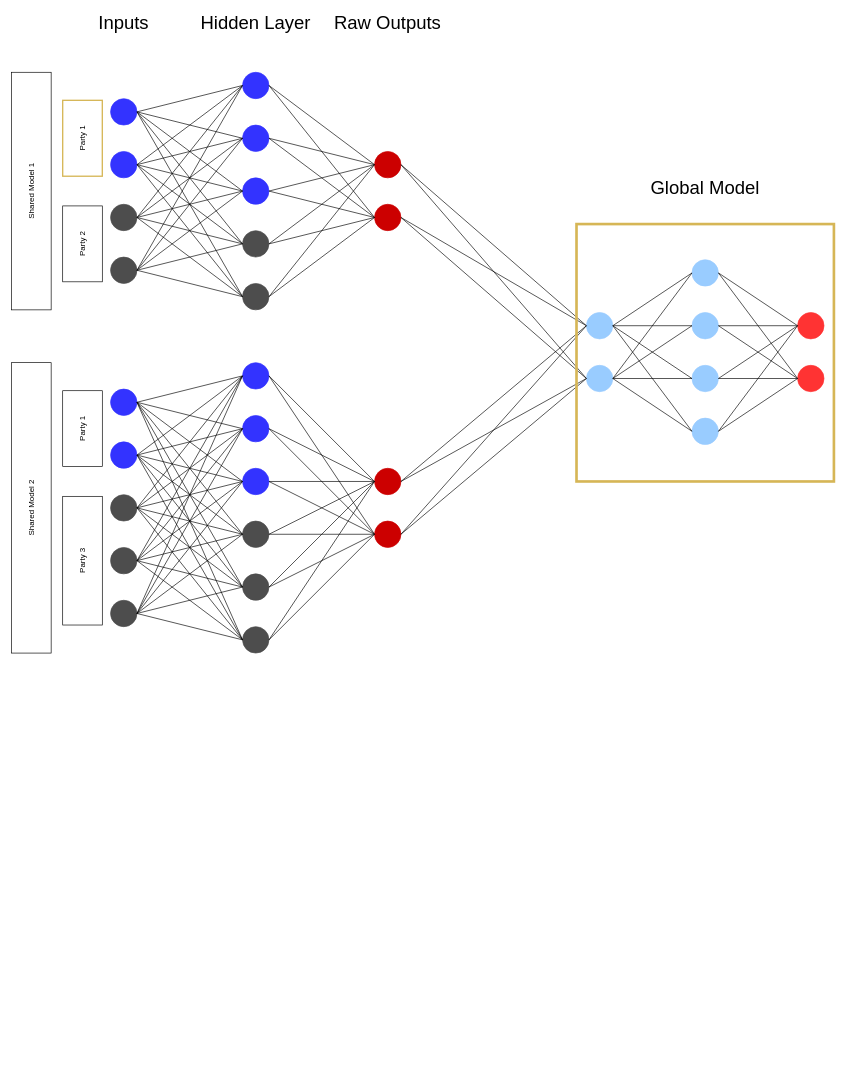
Above: Untitled Diagram.drawio in solodezaldivar/ma-thesis (draw.io), before the change. Source tidied: cells renumbered, new cells numbered last; positions are measured from the earlier drawing's top-left corner, leaving out a move shared by most shapes. Both pictures are drawn from the tidied source at 66%, with x=0, y=0 at pixel (-114, 13).
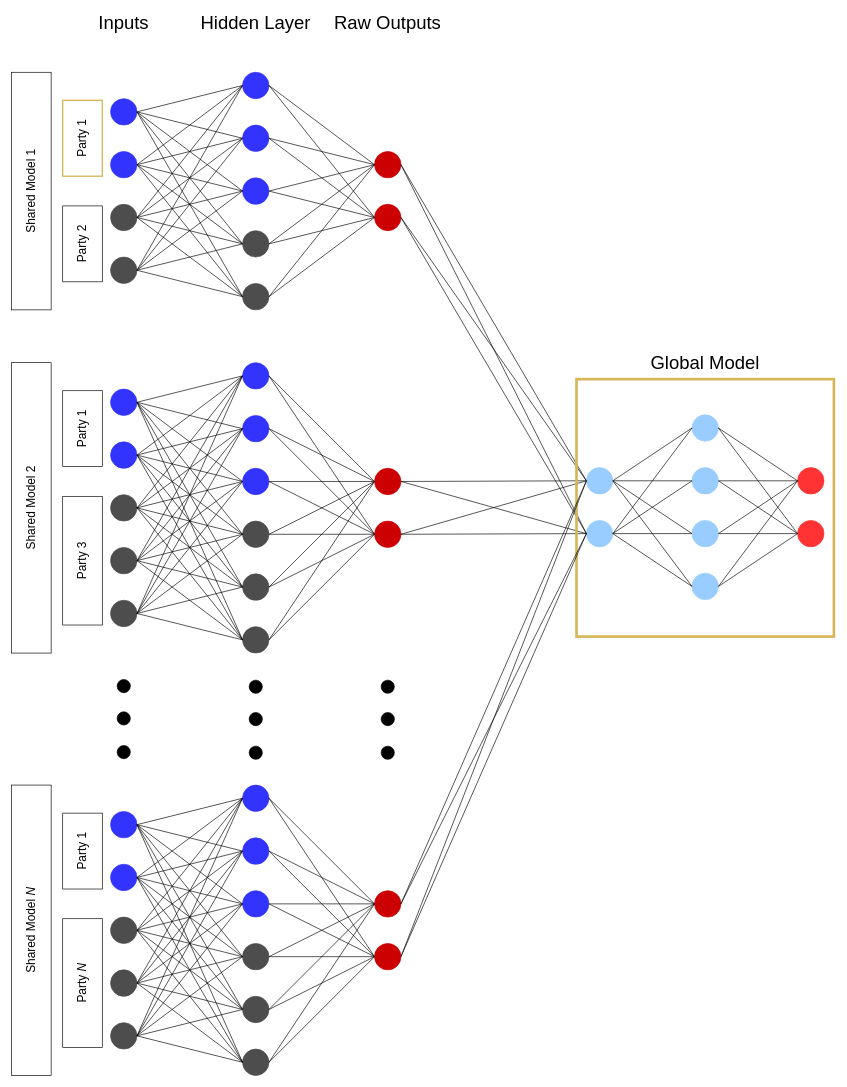
After the change.

The edit, as a diff of the source:
```diff
@@
-    <mxCell id="43" value="Shared Model 1" style="rounded=0;whiteSpace=wrap;html=1;rotation=-90;" parent="1" vertex="1">
+    <mxCell id="43" value="&lt;font style=&quot;font-size: 18px;&quot;&gt;Shared Model 1&lt;/font&gt;" style="rounded=0;whiteSpace=wrap;html=1;rotation=-90;" parent="1" vertex="1">
       <mxGeometry x="40" y="240" width="360" height="60" as="geometry" />
     </mxCell>
-    <mxCell id="44" value="Party 1" style="rounded=0;whiteSpace=wrap;html=1;rotation=-90;strokeColor=#D6B656;strokeWidth=2;" parent="1" vertex="1">
+    <mxCell id="44" value="&lt;font style=&quot;font-size: 18px;&quot;&gt;Party 1&lt;/font&gt;" style="rounded=0;whiteSpace=wrap;html=1;rotation=-90;strokeColor=#D6B656;strokeWidth=2;" parent="1" vertex="1">
       <mxGeometry x="240" y="160" width="115" height="60" as="geometry" />
     </mxCell>
-    <mxCell id="45" value="Party 2" style="rounded=0;whiteSpace=wrap;html=1;rotation=-90;" parent="1" vertex="1">
+    <mxCell id="45" value="&lt;font style=&quot;font-size: 18px;&quot;&gt;Party 2&lt;/font&gt;" style="rounded=0;whiteSpace=wrap;html=1;rotation=-90;" parent="1" vertex="1">
       <mxGeometry x="240" y="320" width="115" height="60" as="geometry" />
     </mxCell>
@@
-    <mxCell id="87" value="Shared Model 2" style="rounded=0;whiteSpace=wrap;html=1;rotation=-90;" parent="1" vertex="1">
+    <mxCell id="87" value="&lt;font style=&quot;font-size: 18px;&quot;&gt;Shared Model 2&lt;/font&gt;" style="rounded=0;whiteSpace=wrap;html=1;rotation=-90;" parent="1" vertex="1">
       <mxGeometry y="720" width="440" height="60" as="geometry" />
     </mxCell>
-    <mxCell id="88" value="Party 1" style="rounded=0;whiteSpace=wrap;html=1;rotation=-90;" parent="1" vertex="1">
+    <mxCell id="88" value="&lt;font style=&quot;font-size: 18px;&quot;&gt;Party 1&lt;/font&gt;" style="rounded=0;whiteSpace=wrap;html=1;rotation=-90;" parent="1" vertex="1">
       <mxGeometry x="240" y="600" width="115" height="60" as="geometry" />
     </mxCell>
-    <mxCell id="89" value="Party 3" style="rounded=0;whiteSpace=wrap;html=1;rotation=-90;" parent="1" vertex="1">
+    <mxCell id="89" value="&lt;font style=&quot;font-size: 18px;&quot;&gt;Party 3&lt;/font&gt;" style="rounded=0;whiteSpace=wrap;html=1;rotation=-90;" parent="1" vertex="1">
       <mxGeometry x="200" y="800" width="195" height="60" as="geometry" />
     </mxCell>
@@
     <mxCell id="104" style="ellipse;whiteSpace=wrap;html=1;strokeColor=#99CCFF;fillColor=#99CCFF;" parent="1" vertex="1">
-      <mxGeometry x="1061" y="454" width="40" height="40" as="geometry" />
+      <mxGeometry x="1061" y="689" width="40" height="40" as="geometry" />
     </mxCell>
     <mxCell id="105" style="ellipse;whiteSpace=wrap;html=1;strokeColor=#99CCFF;fillColor=#99CCFF;" parent="1" vertex="1">
-      <mxGeometry x="1061" y="534" width="40" height="40" as="geometry" />
+      <mxGeometry x="1061" y="769" width="40" height="40" as="geometry" />
     </mxCell>
     <mxCell id="106" style="ellipse;whiteSpace=wrap;html=1;strokeColor=#99CCFF;fillColor=#99CCFF;" parent="1" vertex="1">
-      <mxGeometry x="1221" y="374" width="40" height="40" as="geometry" />
+      <mxGeometry x="1221" y="609" width="40" height="40" as="geometry" />
     </mxCell>
     <mxCell id="107" style="ellipse;whiteSpace=wrap;html=1;strokeColor=#99CCFF;fillColor=#99CCFF;" parent="1" vertex="1">
-      <mxGeometry x="1221" y="614" width="40" height="40" as="geometry" />
+      <mxGeometry x="1221" y="849" width="40" height="40" as="geometry" />
     </mxCell>
     <mxCell id="108" style="ellipse;whiteSpace=wrap;html=1;strokeColor=#99CCFF;fillColor=#99CCFF;" parent="1" vertex="1">
-      <mxGeometry x="1221" y="534" width="40" height="40" as="geometry" />
+      <mxGeometry x="1221" y="769" width="40" height="40" as="geometry" />
     </mxCell>
     <mxCell id="109" style="ellipse;whiteSpace=wrap;html=1;strokeColor=#99CCFF;fillColor=#99CCFF;" parent="1" vertex="1">
-      <mxGeometry x="1221" y="454" width="40" height="40" as="geometry" />
+      <mxGeometry x="1221" y="689" width="40" height="40" as="geometry" />
     </mxCell>
     <mxCell id="110" style="ellipse;whiteSpace=wrap;html=1;strokeColor=#FF3333;fillColor=#FF3333;" parent="1" vertex="1">
-      <mxGeometry x="1381" y="454" width="40" height="40" as="geometry" />
+      <mxGeometry x="1381" y="689" width="40" height="40" as="geometry" />
     </mxCell>
     <mxCell id="111" style="ellipse;whiteSpace=wrap;html=1;strokeColor=#FF3333;fillColor=#FF3333;" parent="1" vertex="1">
-      <mxGeometry x="1381" y="534" width="40" height="40" as="geometry" />
+      <mxGeometry x="1381" y="769" width="40" height="40" as="geometry" />
     </mxCell>
@@
     <mxCell id="139" style="whiteSpace=wrap;html=1;fillColor=none;strokeColor=#d6b656;strokeWidth=4;" parent="1" vertex="1">
-      <mxGeometry x="1046" y="320" width="390" height="390" as="geometry" />
+      <mxGeometry x="1046" y="555" width="390" height="390" as="geometry" />
     </mxCell>
     <mxCell id="140" value="&lt;span style=&quot;font-size: 28px;&quot;&gt;Global Model&lt;/span&gt;" style="text;html=1;align=center;verticalAlign=middle;whiteSpace=wrap;rounded=0;" parent="1" vertex="1">
-      <mxGeometry x="1146" y="250" width="190" height="30" as="geometry" />
+      <mxGeometry x="1146" y="515" width="190" height="30" as="geometry" />
     </mxCell>
+    <mxCell id="141" style="ellipse;whiteSpace=wrap;html=1;fillColor=#000000;" parent="1" vertex="1">
+      <mxGeometry x="550" y="1011" width="20" height="20" as="geometry" />
+    </mxCell>
+    <mxCell id="142" style="ellipse;whiteSpace=wrap;html=1;fillColor=#000000;" parent="1" vertex="1">
+      <mxGeometry x="550" y="1060" width="20" height="20" as="geometry" />
+    </mxCell>
+    <mxCell id="143" style="ellipse;whiteSpace=wrap;html=1;fillColor=#000000;" parent="1" vertex="1">
+      <mxGeometry x="550" y="1111" width="20" height="20" as="geometry" />
+    </mxCell>
+    <mxCell id="144" style="ellipse;whiteSpace=wrap;html=1;fillColor=#000000;" parent="1" vertex="1">
+      <mxGeometry x="350" y="1010" width="20" height="20" as="geometry" />
+    </mxCell>
+    <mxCell id="145" style="ellipse;whiteSpace=wrap;html=1;fillColor=#000000;" parent="1" vertex="1">
+      <mxGeometry x="350" y="1059" width="20" height="20" as="geometry" />
+    </mxCell>
+    <mxCell id="146" style="ellipse;whiteSpace=wrap;html=1;fillColor=#000000;" parent="1" vertex="1">
+      <mxGeometry x="350" y="1110" width="20" height="20" as="geometry" />
+    </mxCell>
+    <mxCell id="147" style="ellipse;whiteSpace=wrap;html=1;fillColor=#000000;" parent="1" vertex="1">
+      <mxGeometry x="750" y="1011" width="20" height="20" as="geometry" />
+    </mxCell>
+    <mxCell id="148" style="ellipse;whiteSpace=wrap;html=1;fillColor=#000000;" parent="1" vertex="1">
+      <mxGeometry x="750" y="1060" width="20" height="20" as="geometry" />
+    </mxCell>
+    <mxCell id="149" style="ellipse;whiteSpace=wrap;html=1;fillColor=#000000;" parent="1" vertex="1">
+      <mxGeometry x="750" y="1111" width="20" height="20" as="geometry" />
+    </mxCell>
+    <mxCell id="150" style="ellipse;whiteSpace=wrap;html=1;strokeColor=#4D4D4D;fillColor=#4D4D4D;" parent="1" vertex="1">
+      <mxGeometry x="340" y="1370" width="40" height="40" as="geometry" />
+    </mxCell>
+    <mxCell id="151" style="rounded=0;jettySize=auto;html=1;exitX=1;exitY=0.5;exitDx=0;exitDy=0;entryX=0;entryY=0.5;entryDx=0;entryDy=0;endArrow=none;startFill=0;" parent="1" edge="1" source="152" target="155">
+      <mxGeometry relative="1" as="geometry" />
+    </mxCell>
+    <mxCell id="152" style="ellipse;whiteSpace=wrap;html=1;strokeColor=#3333FF;fillColor=#3333FF;" parent="1" vertex="1">
+      <mxGeometry x="340" y="1210" width="40" height="40" as="geometry" />
+    </mxCell>
+    <mxCell id="153" style="ellipse;whiteSpace=wrap;html=1;strokeColor=#3333FF;fillColor=#3333FF;" parent="1" vertex="1">
+      <mxGeometry x="340" y="1290" width="40" height="40" as="geometry" />
+    </mxCell>
+    <mxCell id="154" style="ellipse;whiteSpace=wrap;html=1;strokeColor=#4D4D4D;fillColor=#4D4D4D;" parent="1" vertex="1">
+      <mxGeometry x="340" y="1450" width="40" height="40" as="geometry" />
+    </mxCell>
+    <mxCell id="155" style="ellipse;whiteSpace=wrap;html=1;strokeColor=#3333FF;fillColor=#3333FF;" parent="1" vertex="1">
+      <mxGeometry x="540" y="1170" width="40" height="40" as="geometry" />
+    </mxCell>
+    <mxCell id="156" style="ellipse;whiteSpace=wrap;html=1;strokeColor=#3333FF;fillColor=#3333FF;" parent="1" vertex="1">
+      <mxGeometry x="540" y="1330" width="40" height="40" as="geometry" />
+    </mxCell>
+    <mxCell id="157" style="ellipse;whiteSpace=wrap;html=1;strokeColor=#3333FF;fillColor=#3333FF;" parent="1" vertex="1">
+      <mxGeometry x="540" y="1250" width="40" height="40" as="geometry" />
+    </mxCell>
+    <mxCell id="158" style="ellipse;whiteSpace=wrap;html=1;strokeColor=#4D4D4D;fillColor=#4D4D4D;" parent="1" vertex="1">
+      <mxGeometry x="540" y="1490" width="40" height="40" as="geometry" />
+    </mxCell>
+    <mxCell id="159" style="ellipse;whiteSpace=wrap;html=1;strokeColor=#4D4D4D;fillColor=#4D4D4D;" parent="1" vertex="1">
+      <mxGeometry x="540" y="1410" width="40" height="40" as="geometry" />
+    </mxCell>
+    <mxCell id="160" style="ellipse;whiteSpace=wrap;html=1;strokeColor=#CC0000;fillColor=#CC0000;" parent="1" vertex="1">
+      <mxGeometry x="740" y="1330" width="40" height="40" as="geometry" />
+    </mxCell>
+    <mxCell id="161" style="ellipse;whiteSpace=wrap;html=1;strokeColor=#CC0000;fillColor=#CC0000;" parent="1" vertex="1">
+      <mxGeometry x="740" y="1410" width="40" height="40" as="geometry" />
+    </mxCell>
+    <mxCell id="162" style="rounded=0;jettySize=auto;html=1;exitX=1;exitY=0.5;exitDx=0;exitDy=0;entryX=0;entryY=0.5;entryDx=0;entryDy=0;endArrow=none;startFill=0;" parent="1" edge="1" source="152" target="157">
+      <mxGeometry relative="1" as="geometry" />
+    </mxCell>
+    <mxCell id="163" style="rounded=0;jettySize=auto;html=1;exitX=1;exitY=0.5;exitDx=0;exitDy=0;entryX=0;entryY=0.5;entryDx=0;entryDy=0;endArrow=none;startFill=0;" parent="1" edge="1" source="152" target="156">
+      <mxGeometry relative="1" as="geometry" />
+    </mxCell>
+    <mxCell id="164" style="rounded=0;jettySize=auto;html=1;exitX=1;exitY=0.5;exitDx=0;exitDy=0;endArrow=none;startFill=0;entryX=0;entryY=0.5;entryDx=0;entryDy=0;" parent="1" edge="1" source="153" target="155">
+      <mxGeometry relative="1" as="geometry" />
+    </mxCell>
+    <mxCell id="165" style="rounded=0;jettySize=auto;html=1;exitX=1;exitY=0.5;exitDx=0;exitDy=0;entryX=0;entryY=0.5;entryDx=0;entryDy=0;endArrow=none;startFill=0;" parent="1" edge="1" source="152" target="158">
+      <mxGeometry relative="1" as="geometry" />
+    </mxCell>
+    <mxCell id="166" style="rounded=0;jettySize=auto;html=1;exitX=1;exitY=0.5;exitDx=0;exitDy=0;entryX=0;entryY=0.5;entryDx=0;entryDy=0;endArrow=none;startFill=0;" parent="1" edge="1" source="152" target="159">
+      <mxGeometry relative="1" as="geometry" />
+    </mxCell>
+    <mxCell id="167" style="rounded=0;jettySize=auto;html=1;exitX=0;exitY=0.5;exitDx=0;exitDy=0;entryX=1;entryY=0.5;entryDx=0;entryDy=0;endArrow=none;startFill=0;" parent="1" edge="1" source="157" target="150">
+      <mxGeometry relative="1" as="geometry" />
+    </mxCell>
+    <mxCell id="168" style="rounded=0;jettySize=auto;html=1;exitX=0;exitY=0.5;exitDx=0;exitDy=0;entryX=1;entryY=0.5;entryDx=0;entryDy=0;endArrow=none;startFill=0;" parent="1" edge="1" source="155" target="154">
+      <mxGeometry relative="1" as="geometry" />
+    </mxCell>
+    <mxCell id="169" style="rounded=0;jettySize=auto;html=1;exitX=0;exitY=0.5;exitDx=0;exitDy=0;entryX=1;entryY=0.5;entryDx=0;entryDy=0;endArrow=none;startFill=0;" parent="1" edge="1" source="157" target="154">
+      <mxGeometry relative="1" as="geometry" />
+    </mxCell>
+    <mxCell id="170" style="rounded=0;jettySize=auto;html=1;entryX=1;entryY=0.5;entryDx=0;entryDy=0;endArrow=none;startFill=0;exitX=0;exitY=0.5;exitDx=0;exitDy=0;" parent="1" edge="1" source="158" target="154">
+      <mxGeometry relative="1" as="geometry" />
+    </mxCell>
+    <mxCell id="171" style="rounded=0;jettySize=auto;html=1;exitX=0;exitY=0.5;exitDx=0;exitDy=0;endArrow=none;startFill=0;entryX=1;entryY=0.5;entryDx=0;entryDy=0;" parent="1" edge="1" source="156" target="154">
+      <mxGeometry relative="1" as="geometry" />
+    </mxCell>
+    <mxCell id="172" style="rounded=0;jettySize=auto;html=1;exitX=0;exitY=0.5;exitDx=0;exitDy=0;entryX=1;entryY=0.5;entryDx=0;entryDy=0;endArrow=none;startFill=0;" parent="1" edge="1" source="156" target="150">
+      <mxGeometry relative="1" as="geometry" />
+    </mxCell>
+    <mxCell id="173" style="rounded=0;jettySize=auto;html=1;exitX=0;exitY=0.5;exitDx=0;exitDy=0;entryX=1;entryY=0.5;entryDx=0;entryDy=0;endArrow=none;startFill=0;" parent="1" edge="1" source="155" target="150">
+      <mxGeometry relative="1" as="geometry" />
+    </mxCell>
+    <mxCell id="174" style="rounded=0;jettySize=auto;html=1;exitX=1;exitY=0.5;exitDx=0;exitDy=0;endArrow=none;startFill=0;entryX=0;entryY=0.5;entryDx=0;entryDy=0;" parent="1" edge="1" source="153" target="157">
+      <mxGeometry relative="1" as="geometry" />
+    </mxCell>
+    <mxCell id="175" style="rounded=0;jettySize=auto;html=1;exitX=1;exitY=0.5;exitDx=0;exitDy=0;endArrow=none;startFill=0;entryX=0;entryY=0.5;entryDx=0;entryDy=0;" parent="1" edge="1" source="153" target="156">
+      <mxGeometry relative="1" as="geometry" />
+    </mxCell>
+    <mxCell id="176" style="rounded=0;jettySize=auto;html=1;exitX=1;exitY=0.5;exitDx=0;exitDy=0;endArrow=none;startFill=0;entryX=0;entryY=0.5;entryDx=0;entryDy=0;" parent="1" edge="1" source="153" target="159">
+      <mxGeometry relative="1" as="geometry" />
+    </mxCell>
+    <mxCell id="177" style="rounded=0;jettySize=auto;html=1;exitX=1;exitY=0.5;exitDx=0;exitDy=0;endArrow=none;startFill=0;entryX=0;entryY=0.5;entryDx=0;entryDy=0;" parent="1" edge="1" source="153" target="158">
+      <mxGeometry relative="1" as="geometry" />
+    </mxCell>
+    <mxCell id="178" style="rounded=0;jettySize=auto;html=1;endArrow=none;startFill=0;entryX=1;entryY=0.5;entryDx=0;entryDy=0;exitX=0;exitY=0.5;exitDx=0;exitDy=0;" parent="1" edge="1" source="159" target="154">
+      <mxGeometry relative="1" as="geometry" />
+    </mxCell>
+    <mxCell id="179" style="rounded=0;jettySize=auto;html=1;exitX=0;exitY=0.5;exitDx=0;exitDy=0;entryX=1;entryY=0.5;entryDx=0;entryDy=0;endArrow=none;startFill=0;" parent="1" edge="1" source="159" target="150">
+      <mxGeometry relative="1" as="geometry" />
+    </mxCell>
+    <mxCell id="180" style="rounded=0;jettySize=auto;html=1;exitX=0;exitY=0.5;exitDx=0;exitDy=0;entryX=1;entryY=0.5;entryDx=0;entryDy=0;endArrow=none;startFill=0;" parent="1" edge="1" source="158" target="150">
+      <mxGeometry relative="1" as="geometry" />
+    </mxCell>
+    <mxCell id="181" style="rounded=0;jettySize=auto;html=1;exitX=1;exitY=0.5;exitDx=0;exitDy=0;entryX=0;entryY=0.5;entryDx=0;entryDy=0;endArrow=none;startFill=0;" parent="1" edge="1" source="155" target="160">
+      <mxGeometry relative="1" as="geometry" />
+    </mxCell>
+    <mxCell id="182" style="rounded=0;jettySize=auto;html=1;exitX=1;exitY=0.5;exitDx=0;exitDy=0;entryX=0;entryY=0.5;entryDx=0;entryDy=0;endArrow=none;startFill=0;" parent="1" edge="1" source="155" target="161">
+      <mxGeometry relative="1" as="geometry" />
+    </mxCell>
+    <mxCell id="183" style="rounded=0;jettySize=auto;html=1;exitX=1;exitY=0.5;exitDx=0;exitDy=0;entryX=0;entryY=0.5;entryDx=0;entryDy=0;endArrow=none;startFill=0;" parent="1" edge="1" source="157" target="160">
+      <mxGeometry relative="1" as="geometry" />
+    </mxCell>
+    <mxCell id="184" style="rounded=0;jettySize=auto;html=1;exitX=1;exitY=0.5;exitDx=0;exitDy=0;entryX=0;entryY=0.5;entryDx=0;entryDy=0;endArrow=none;startFill=0;" parent="1" edge="1" source="157" target="161">
+      <mxGeometry relative="1" as="geometry" />
+    </mxCell>
+    <mxCell id="185" style="rounded=0;jettySize=auto;html=1;exitX=1;exitY=0.5;exitDx=0;exitDy=0;entryX=0;entryY=0.5;entryDx=0;entryDy=0;endArrow=none;startFill=0;" parent="1" edge="1" source="156" target="160">
+      <mxGeometry relative="1" as="geometry" />
+    </mxCell>
+    <mxCell id="186" style="rounded=0;jettySize=auto;html=1;exitX=1;exitY=0.5;exitDx=0;exitDy=0;entryX=0;entryY=0.5;entryDx=0;entryDy=0;endArrow=none;startFill=0;" parent="1" edge="1" source="159" target="161">
+      <mxGeometry relative="1" as="geometry" />
+    </mxCell>
+    <mxCell id="187" style="rounded=0;jettySize=auto;html=1;exitX=1;exitY=0.5;exitDx=0;exitDy=0;entryX=0;entryY=0.5;entryDx=0;entryDy=0;endArrow=none;startFill=0;" parent="1" edge="1" source="159" target="160">
+      <mxGeometry relative="1" as="geometry" />
+    </mxCell>
+    <mxCell id="188" style="rounded=0;jettySize=auto;html=1;exitX=1;exitY=0.5;exitDx=0;exitDy=0;entryX=0;entryY=0.5;entryDx=0;entryDy=0;endArrow=none;startFill=0;" parent="1" edge="1" source="156" target="161">
+      <mxGeometry relative="1" as="geometry" />
+    </mxCell>
+    <mxCell id="189" style="rounded=0;jettySize=auto;html=1;exitX=1;exitY=0.5;exitDx=0;exitDy=0;entryX=0;entryY=0.5;entryDx=0;entryDy=0;endArrow=none;startFill=0;" parent="1" edge="1" source="158" target="161">
+      <mxGeometry relative="1" as="geometry" />
+    </mxCell>
+    <mxCell id="190" style="rounded=0;jettySize=auto;html=1;exitX=1;exitY=0.5;exitDx=0;exitDy=0;entryX=0;entryY=0.5;entryDx=0;entryDy=0;endArrow=none;startFill=0;" parent="1" edge="1" source="158" target="160">
+      <mxGeometry relative="1" as="geometry" />
+    </mxCell>
+    <mxCell id="191" value="&lt;font style=&quot;font-size: 18px;&quot;&gt;Shared Model &lt;i&gt;N&lt;/i&gt;&lt;/font&gt;" style="rounded=0;whiteSpace=wrap;html=1;rotation=-90;" parent="1" vertex="1">
+      <mxGeometry y="1360" width="440" height="60" as="geometry" />
+    </mxCell>
+    <mxCell id="192" value="&lt;font style=&quot;font-size: 18px;&quot;&gt;Party 1&lt;/font&gt;" style="rounded=0;whiteSpace=wrap;html=1;rotation=-90;" parent="1" vertex="1">
+      <mxGeometry x="240" y="1240" width="115" height="60" as="geometry" />
+    </mxCell>
+    <mxCell id="193" value="&lt;font style=&quot;font-size: 18px;&quot;&gt;Party &lt;i&gt;N&lt;/i&gt;&lt;/font&gt;" style="rounded=0;whiteSpace=wrap;html=1;rotation=-90;" parent="1" vertex="1">
+      <mxGeometry x="200" y="1440" width="195" height="60" as="geometry" />
+    </mxCell>
+    <mxCell id="194" style="ellipse;whiteSpace=wrap;html=1;strokeColor=#4D4D4D;fillColor=#4D4D4D;" parent="1" vertex="1">
+      <mxGeometry x="540" y="1570" width="40" height="40" as="geometry" />
+    </mxCell>
+    <mxCell id="195" style="ellipse;whiteSpace=wrap;html=1;strokeColor=#4D4D4D;fillColor=#4D4D4D;" parent="1" vertex="1">
+      <mxGeometry x="340" y="1530" width="40" height="40" as="geometry" />
+    </mxCell>
+    <mxCell id="196" style="rounded=0;jettySize=auto;html=1;endArrow=none;startFill=0;entryX=1;entryY=0.5;entryDx=0;entryDy=0;exitX=0;exitY=0.5;exitDx=0;exitDy=0;" parent="1" edge="1" source="155" target="195">
+      <mxGeometry relative="1" as="geometry" />
+    </mxCell>
+    <mxCell id="197" style="rounded=0;jettySize=auto;html=1;endArrow=none;startFill=0;entryX=1;entryY=0.5;entryDx=0;entryDy=0;exitX=0;exitY=0.5;exitDx=0;exitDy=0;" parent="1" edge="1" source="157" target="195">
+      <mxGeometry relative="1" as="geometry" />
+    </mxCell>
+    <mxCell id="198" style="rounded=0;jettySize=auto;html=1;endArrow=none;startFill=0;entryX=1;entryY=0.5;entryDx=0;entryDy=0;exitX=0;exitY=0.5;exitDx=0;exitDy=0;" parent="1" edge="1" source="156" target="195">
+      <mxGeometry relative="1" as="geometry" />
+    </mxCell>
+    <mxCell id="199" style="rounded=0;jettySize=auto;html=1;endArrow=none;startFill=0;exitX=0;exitY=0.5;exitDx=0;exitDy=0;" parent="1" edge="1" source="159">
+      <mxGeometry relative="1" as="geometry">
+        <mxPoint x="380" y="1550" as="targetPoint" />
+      </mxGeometry>
+    </mxCell>
+    <mxCell id="200" style="rounded=0;jettySize=auto;html=1;endArrow=none;startFill=0;exitX=0;exitY=0.5;exitDx=0;exitDy=0;entryX=1;entryY=0.5;entryDx=0;entryDy=0;" parent="1" edge="1" source="158" target="195">
+      <mxGeometry relative="1" as="geometry" />
+    </mxCell>
+    <mxCell id="201" style="rounded=0;jettySize=auto;html=1;endArrow=none;startFill=0;exitX=0;exitY=0.5;exitDx=0;exitDy=0;entryX=1;entryY=0.5;entryDx=0;entryDy=0;" parent="1" edge="1" source="194" target="195">
+      <mxGeometry relative="1" as="geometry" />
+    </mxCell>
+    <mxCell id="202" style="rounded=0;jettySize=auto;html=1;endArrow=none;startFill=0;exitX=0;exitY=0.5;exitDx=0;exitDy=0;entryX=1;entryY=0.5;entryDx=0;entryDy=0;" parent="1" edge="1" source="194" target="154">
+      <mxGeometry relative="1" as="geometry" />
+    </mxCell>
+    <mxCell id="203" style="rounded=0;jettySize=auto;html=1;endArrow=none;startFill=0;exitX=0;exitY=0.5;exitDx=0;exitDy=0;entryX=1;entryY=0.5;entryDx=0;entryDy=0;" parent="1" edge="1" source="194" target="150">
+      <mxGeometry relative="1" as="geometry" />
+    </mxCell>
+    <mxCell id="204" style="rounded=0;jettySize=auto;html=1;endArrow=none;startFill=0;exitX=0;exitY=0.5;exitDx=0;exitDy=0;entryX=1;entryY=0.5;entryDx=0;entryDy=0;" parent="1" edge="1" source="194" target="153">
+      <mxGeometry relative="1" as="geometry" />
+    </mxCell>
+    <mxCell id="205" style="rounded=0;jettySize=auto;html=1;endArrow=none;startFill=0;exitX=0;exitY=0.5;exitDx=0;exitDy=0;entryX=1;entryY=0.5;entryDx=0;entryDy=0;" parent="1" edge="1" source="194" target="152">
+      <mxGeometry relative="1" as="geometry" />
+    </mxCell>
+    <mxCell id="206" style="rounded=0;jettySize=auto;html=1;exitX=1;exitY=0.5;exitDx=0;exitDy=0;entryX=0;entryY=0.5;entryDx=0;entryDy=0;endArrow=none;startFill=0;" parent="1" edge="1" source="194" target="161">
+      <mxGeometry relative="1" as="geometry" />
+    </mxCell>
+    <mxCell id="207" style="rounded=0;jettySize=auto;html=1;exitX=1;exitY=0.5;exitDx=0;exitDy=0;entryX=0;entryY=0.5;entryDx=0;entryDy=0;endArrow=none;startFill=0;" parent="1" edge="1" source="194" target="160">
+      <mxGeometry relative="1" as="geometry" />
+    </mxCell>
+    <mxCell id="208" style="rounded=0;jettySize=auto;html=1;exitX=1;exitY=0.5;exitDx=0;exitDy=0;endArrow=none;startFill=0;entryX=0;entryY=0.5;entryDx=0;entryDy=0;" parent="1" edge="1" source="160" target="104">
+      <mxGeometry relative="1" as="geometry" />
+    </mxCell>
+    <mxCell id="209" style="rounded=0;jettySize=auto;html=1;exitX=1;exitY=0.5;exitDx=0;exitDy=0;endArrow=none;startFill=0;entryX=0;entryY=0.5;entryDx=0;entryDy=0;" parent="1" edge="1" source="160" target="105">
+      <mxGeometry relative="1" as="geometry" />
+    </mxCell>
+    <mxCell id="210" style="rounded=0;jettySize=auto;html=1;endArrow=none;startFill=0;exitX=1;exitY=0.5;exitDx=0;exitDy=0;entryX=0;entryY=0.5;entryDx=0;entryDy=0;" parent="1" edge="1" source="161" target="104">
+      <mxGeometry relative="1" as="geometry" />
+    </mxCell>
+    <mxCell id="211" style="rounded=0;jettySize=auto;html=1;endArrow=none;startFill=0;exitX=1;exitY=0.5;exitDx=0;exitDy=0;entryX=0;entryY=0.5;entryDx=0;entryDy=0;" parent="1" edge="1" source="161" target="105">
+      <mxGeometry relative="1" as="geometry" />
+    </mxCell>
```
